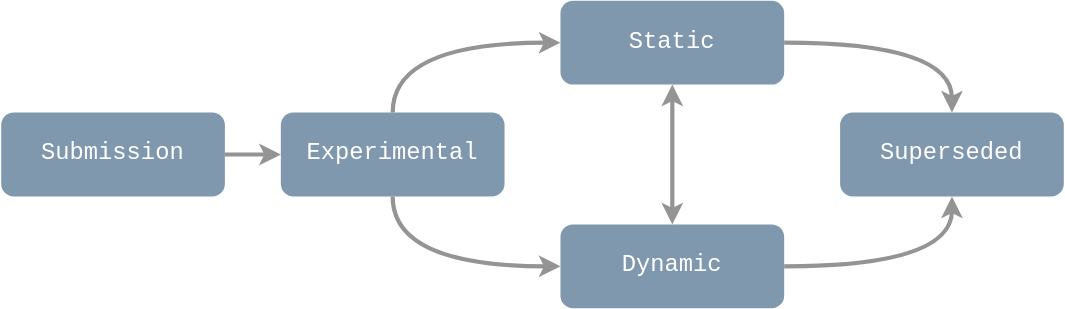
The draw.io diagram assets/lifecycle.svg in canmod/iidda, before a commit. Source tidied: cells renumbered, new cells last; positions are measured from the earlier drawing's top-left corner, leaving out a move shared by most shapes.
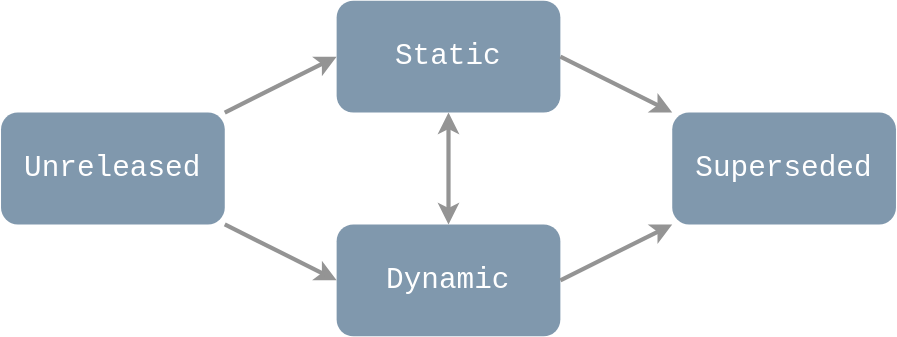
The same file after the commit.

What changed in the source:
```diff
@@ -2,38 +2,32 @@
   <root>
     <mxCell id="0" />
     <mxCell id="1" parent="0" />
-    <mxCell id="2" value="Submission" style="rounded=1;whiteSpace=wrap;html=1;fontColor=#ffffff;fontSize=17;fillColor=#8098AD;fontFamily=Courier New;strokeColor=none;" parent="1" vertex="1">
-      <mxGeometry y="80" width="160" height="60" as="geometry" />
-    </mxCell>
-    <mxCell id="3" value="Experimental" style="rounded=1;whiteSpace=wrap;html=1;fontColor=#ffffff;fontSize=17;fillColor=#8098AD;fontFamily=Courier New;strokeColor=none;" parent="1" vertex="1">
-      <mxGeometry x="200" y="80" width="160" height="60" as="geometry" />
+    <mxCell id="3" value="Unreleased" style="rounded=1;whiteSpace=wrap;html=1;fontColor=#ffffff;fontSize=21;fillColor=#8098AD;fontFamily=Courier New;strokeColor=none;" parent="1" vertex="1">
+      <mxGeometry y="-240" width="160" height="80" as="geometry" />
     </mxCell>
-    <mxCell id="4" style="edgeStyle=orthogonalEdgeStyle;rounded=0;jettySize=50;html=1;exitX=1;exitY=0.5;exitDx=0;exitDy=0;strokeColor=#949494;strokeWidth=3;entryX=0.5;entryY=0;entryDx=0;entryDy=0;curved=1;" parent="1" edge="1" source="6" target="7">
-      <mxGeometry relative="1" as="geometry" />
-    </mxCell>
-    <mxCell id="5" style="edgeStyle=none;rounded=0;jettySize=50;html=1;exitX=0.5;exitY=1;exitDx=0;exitDy=0;entryX=0.5;entryY=0;entryDx=0;entryDy=0;strokeColor=#949494;strokeWidth=3;startArrow=classic;startFill=1;" parent="1" edge="1" source="6" target="9">
+    <mxCell id="5" style="edgeStyle=none;rounded=0;jettySize=50;html=1;strokeColor=#949494;strokeWidth=3;startArrow=none;startFill=0;exitX=1;exitY=0;exitDx=0;exitDy=0;entryX=0;entryY=0.5;entryDx=0;entryDy=0;fontSize=21;" parent="1" edge="1" source="3" target="6">
       <mxGeometry relative="1" as="geometry" />
     </mxCell>
-    <mxCell id="6" value="Static" style="rounded=1;whiteSpace=wrap;html=1;fontColor=#ffffff;fontSize=17;fillColor=#8098AD;fontFamily=Courier New;strokeColor=none;" parent="1" vertex="1">
-      <mxGeometry x="400" width="160" height="60" as="geometry" />
+    <mxCell id="6" value="Static" style="rounded=1;whiteSpace=wrap;html=1;fontColor=#ffffff;fontSize=21;fillColor=#8098AD;fontFamily=Courier New;strokeColor=none;" parent="1" vertex="1">
+      <mxGeometry x="240" y="-320" width="160" height="80" as="geometry" />
     </mxCell>
-    <mxCell id="7" value="Superseded" style="rounded=1;whiteSpace=wrap;html=1;fontColor=#ffffff;fontSize=17;fillColor=#8098AD;fontFamily=Courier New;strokeColor=none;" parent="1" vertex="1">
-      <mxGeometry x="600" y="80" width="160" height="60" as="geometry" />
+    <mxCell id="7" value="Superseded" style="rounded=1;whiteSpace=wrap;html=1;fontColor=#ffffff;fontSize=21;fillColor=#8098AD;fontFamily=Courier New;strokeColor=none;" parent="1" vertex="1">
+      <mxGeometry x="480" y="-240" width="160" height="80" as="geometry" />
     </mxCell>
+    <mxCell id="4" style="edgeStyle=none;rounded=0;jettySize=50;html=1;strokeColor=#949494;strokeWidth=3;startArrow=none;startFill=0;entryX=0;entryY=0;entryDx=0;entryDy=0;exitX=1;exitY=0.5;exitDx=0;exitDy=0;fontSize=21;" parent="1" edge="1" source="6" target="7">
+      <mxGeometry relative="1" as="geometry" />
+    </mxCell>
+    <mxCell id="9" value="Dynamic" style="rounded=1;whiteSpace=wrap;html=1;fontColor=#ffffff;fontSize=21;fillColor=#8098AD;fontFamily=Courier New;strokeColor=none;" parent="1" vertex="1">
+      <mxGeometry x="240" y="-160" width="160" height="80" as="geometry" />
+    </mxCell>
+    <mxCell id="11" style="edgeStyle=none;rounded=0;jettySize=50;html=1;strokeColor=#949494;strokeWidth=3;startArrow=none;startFill=0;exitX=1;exitY=1;exitDx=0;exitDy=0;entryX=0;entryY=0.5;entryDx=0;entryDy=0;fontSize=21;" parent="1" edge="1" source="3" target="9">
+      <mxGeometry relative="1" as="geometry" />
+    </mxCell>
-    <mxCell id="8" style="edgeStyle=orthogonalEdgeStyle;rounded=0;jettySize=50;html=1;exitX=1;exitY=0.5;exitDx=0;exitDy=0;entryX=0.5;entryY=1;entryDx=0;entryDy=0;strokeColor=#949494;strokeWidth=3;curved=1;" parent="1" edge="1" source="9" target="7">
+    <mxCell id="8" style="edgeStyle=none;rounded=0;jettySize=50;html=1;strokeColor=#949494;strokeWidth=3;startArrow=none;startFill=0;entryX=0;entryY=1;entryDx=0;entryDy=0;exitX=1;exitY=0.5;exitDx=0;exitDy=0;fontSize=21;" parent="1" edge="1" source="9" target="7">
       <mxGeometry relative="1" as="geometry" />
     </mxCell>
-    <mxCell id="9" value="Dynamic" style="rounded=1;whiteSpace=wrap;html=1;fontColor=#ffffff;fontSize=17;fillColor=#8098AD;fontFamily=Courier New;strokeColor=none;" parent="1" vertex="1">
-      <mxGeometry x="400" y="160" width="160" height="60" as="geometry" />
-    </mxCell>
-    <mxCell id="10" style="edgeStyle=none;rounded=0;jettySize=50;html=1;exitX=1;exitY=0.5;exitDx=0;exitDy=0;entryX=0;entryY=0.5;entryDx=0;entryDy=0;strokeColor=#949494;strokeWidth=3;" parent="1" edge="1" source="2" target="3">
-      <mxGeometry relative="1" as="geometry" />
-    </mxCell>
-    <mxCell id="11" style="edgeStyle=orthogonalEdgeStyle;rounded=0;jettySize=50;html=1;exitX=0.5;exitY=1;exitDx=0;exitDy=0;strokeColor=#949494;strokeWidth=3;entryX=0;entryY=0.5;entryDx=0;entryDy=0;curved=1;" parent="1" edge="1" source="3" target="9">
-      <mxGeometry relative="1" as="geometry" />
-    </mxCell>
-    <mxCell id="12" style="edgeStyle=orthogonalEdgeStyle;rounded=0;jettySize=50;html=1;exitX=0.5;exitY=0;exitDx=0;exitDy=0;strokeColor=#949494;strokeWidth=3;entryX=0;entryY=0.5;entryDx=0;entryDy=0;curved=1;" parent="1" edge="1" source="3" target="6">
-      <mxGeometry relative="1" as="geometry" />
-    </mxCell>
+    <mxCell id="13" style="edgeStyle=none;rounded=0;jettySize=50;html=1;strokeColor=#949494;strokeWidth=3;startArrow=classic;startFill=1;entryX=0.5;entryY=1;entryDx=0;entryDy=0;exitX=0.5;exitY=0;exitDx=0;exitDy=0;fontSize=21;" parent="1" edge="1" source="9" target="6">
+      <mxGeometry relative="1" as="geometry" />
+    </mxCell>
   </root>
 </mxGraphModel>
```
